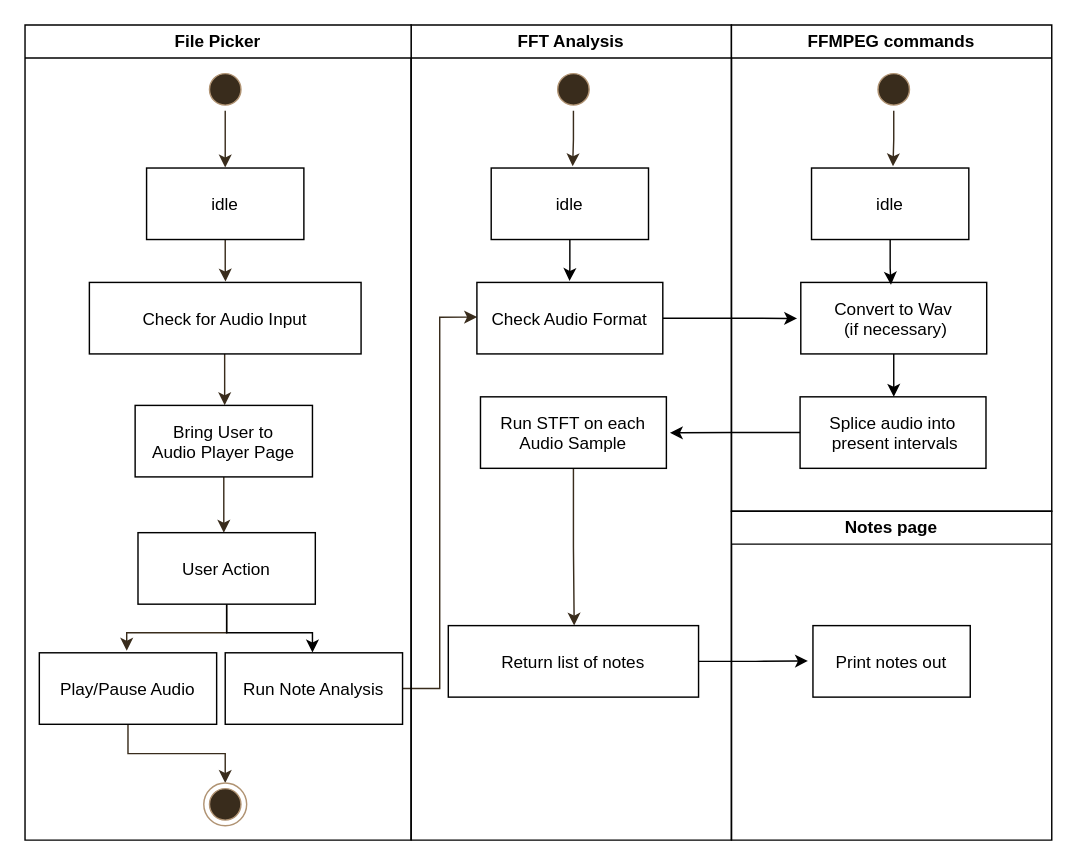
This is page "Page-2" (2 of 2) of Untitled Diagram.drawio from theshaydays/whistle, a draw.io file, before an edit. Source tidied: cells renumbered, new cells numbered last; positions are measured from the earlier drawing's top-left corner, leaving out a move shared by most shapes. Both pictures are drawn from the tidied source at 143%, with x=0, y=0 at pixel (24, 24).
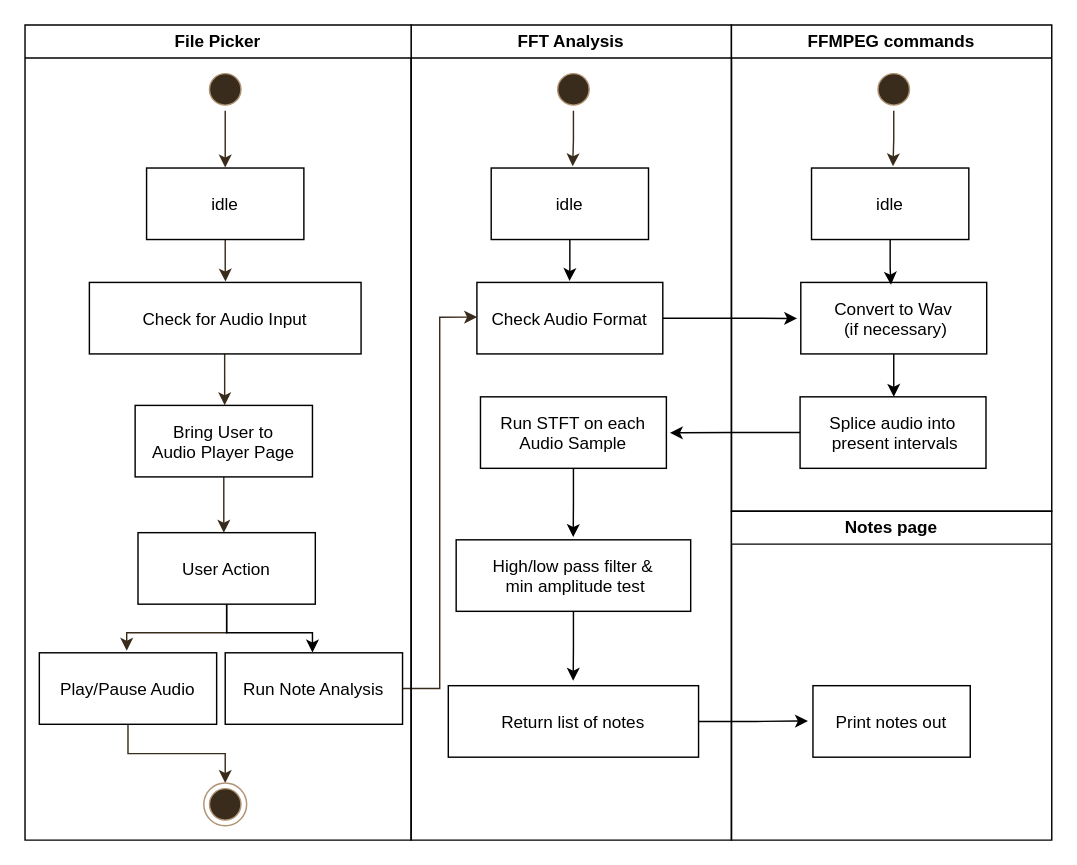
The same page after the edit.

The change refers to these unchanged cells:
```xml
<mxCell id="6" value="FFT Analysis" style="swimlane;whiteSpace=wrap;" parent="1" vertex="1">
  <mxGeometry x="270" width="224" height="570" as="geometry" />
</mxCell>
<mxCell id="12" value="Run STFT on each&#10;Audio Sample" parent="6" vertex="1">
  <mxGeometry x="48.5" y="260" width="130" height="50" as="geometry" />
</mxCell>
<mxCell id="39" value="Notes page" style="swimlane;whiteSpace=wrap;" parent="1" vertex="1">
  <mxGeometry x="494" y="340" width="224" height="230" as="geometry" />
</mxCell>
```

Change to the diagram source:
```diff
@@
-    <mxCell id="11" style="edgeStyle=orthogonalEdgeStyle;rounded=0;jettySize=auto;html=1;entryX=0.503;entryY=0;entryDx=0;entryDy=0;entryPerimeter=0;strokeColor=#392C1C;" parent="6" edge="1" source="12" target="13">
-      <mxGeometry relative="1" as="geometry" />
-    </mxCell>
+    <mxCell id="41" style="edgeStyle=orthogonalEdgeStyle;rounded=0;jettySize=auto;html=1;entryX=0.499;entryY=-0.039;entryDx=0;entryDy=0;entryPerimeter=0;" parent="6" edge="1" source="12" target="43">
+      <mxGeometry relative="1" as="geometry" />
+    </mxCell>
@@
     <mxCell id="13" value="Return list of notes" parent="6" vertex="1">
-      <mxGeometry x="26" y="420" width="175" height="50" as="geometry" />
+      <mxGeometry x="26" y="462" width="175" height="50" as="geometry" />
     </mxCell>
@@
+    <mxCell id="42" style="edgeStyle=orthogonalEdgeStyle;rounded=0;jettySize=auto;html=1;entryX=0.499;entryY=-0.069;entryDx=0;entryDy=0;entryPerimeter=0;" parent="6" edge="1" source="43" target="13">
+      <mxGeometry relative="1" as="geometry" />
+    </mxCell>
+    <mxCell id="43" value="High/low pass filter &amp;&#10; min amplitude test" parent="6" vertex="1">
+      <mxGeometry x="31.5" y="360" width="164" height="50" as="geometry" />
+    </mxCell>
@@
     <mxCell id="40" value="Print notes out" parent="39" vertex="1">
-      <mxGeometry x="57" y="80" width="110" height="50" as="geometry" />
+      <mxGeometry x="57" y="122" width="110" height="50" as="geometry" />
     </mxCell>
```
